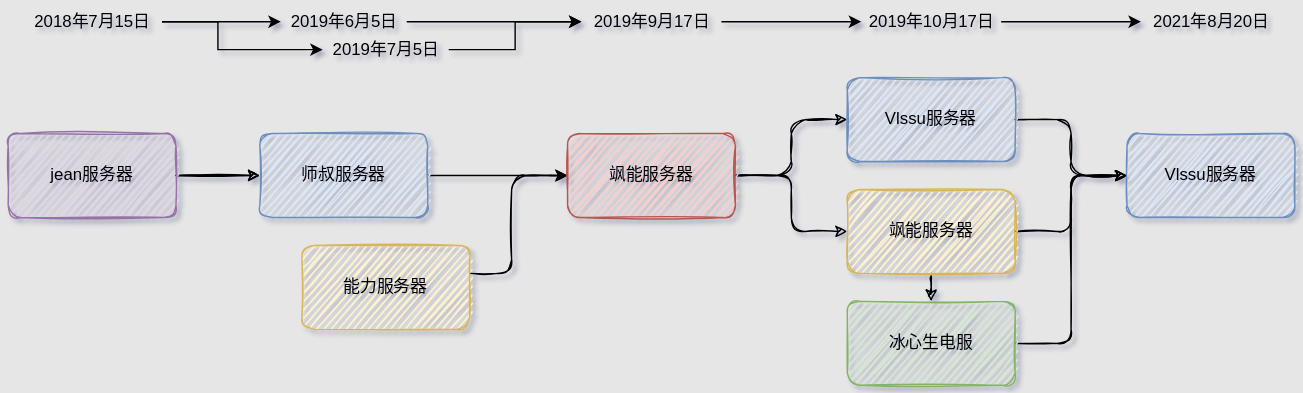
Before: static/img/mcserver/vlssu历史线.drawio.svg, a diagram exported from draw.io (vlssu/docs-vlssu). Source tidied: cells renumbered, new cells last; positions are measured from the earlier drawing's top-left corner, leaving out a move shared by most shapes.
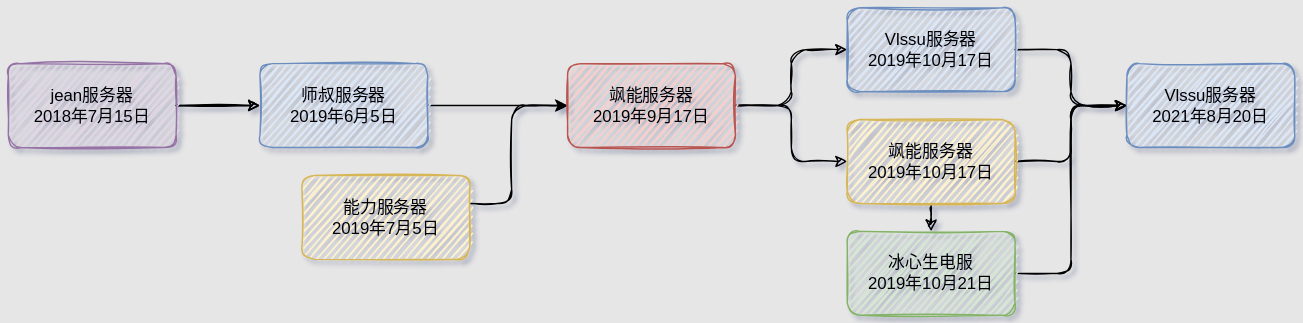
After the change.

Change to the diagram source:
```diff
@@ -8,13 +8,13 @@
     <mxCell id="3" style="edgeStyle=orthogonalEdgeStyle;rounded=1;jettySize=auto;html=1;sketch=1;shadow=0;" parent="1" edge="1" source="4" target="6">
       <mxGeometry relative="1" as="geometry" />
     </mxCell>
-    <mxCell id="4" value="jean服务器" style="rounded=1;whiteSpace=wrap;html=1;sketch=1;fillColor=#e1d5e7;strokeColor=#9673a6;shadow=0;" parent="1" vertex="1">
+    <mxCell id="4" value="jean服务器&lt;br&gt;&lt;span&gt;2018年7月15日&lt;/span&gt;" style="rounded=1;whiteSpace=wrap;html=1;sketch=1;fillColor=#e1d5e7;strokeColor=#9673a6;shadow=0;" parent="1" vertex="1">
       <mxGeometry y="90" width="120" height="60" as="geometry" />
     </mxCell>
     <mxCell id="5" style="edgeStyle=none;html=1;" parent="1" edge="1" source="6" target="11">
       <mxGeometry relative="1" as="geometry" />
     </mxCell>
-    <mxCell id="6" value="师叔服务器" style="rounded=1;whiteSpace=wrap;html=1;fillColor=#dae8fc;strokeColor=#6c8ebf;sketch=1;shadow=0;" parent="1" vertex="1">
+    <mxCell id="6" value="师叔服务器&lt;br&gt;&lt;span&gt;2019年6月5日&lt;/span&gt;" style="rounded=1;whiteSpace=wrap;html=1;fillColor=#dae8fc;strokeColor=#6c8ebf;sketch=1;shadow=0;" parent="1" vertex="1">
       <mxGeometry x="180" y="90" width="120" height="60" as="geometry" />
     </mxCell>
     <mxCell id="7" style="edgeStyle=orthogonalEdgeStyle;rounded=1;jettySize=auto;html=1;sketch=1;shadow=0;" parent="1" edge="1" source="8" target="11">
@@ -25,7 +25,7 @@
         </Array>
       </mxGeometry>
     </mxCell>
-    <mxCell id="8" value="能力服务器" style="whiteSpace=wrap;html=1;rounded=1;fillColor=#fff2cc;strokeColor=#d6b656;sketch=1;shadow=0;" parent="1" vertex="1">
+    <mxCell id="8" value="能力服务器&lt;br&gt;&lt;span&gt;2019年7月5日&lt;/span&gt;" style="whiteSpace=wrap;html=1;rounded=1;fillColor=#fff2cc;strokeColor=#d6b656;sketch=1;shadow=0;" parent="1" vertex="1">
       <mxGeometry x="210" y="170" width="120" height="60" as="geometry" />
     </mxCell>
     <mxCell id="9" style="edgeStyle=orthogonalEdgeStyle;rounded=1;sketch=1;jettySize=auto;html=1;shadow=0;" parent="1" edge="1" source="11" target="16">
@@ -39,13 +39,13 @@
     <mxCell id="10" style="edgeStyle=orthogonalEdgeStyle;rounded=1;sketch=1;jettySize=auto;html=1;shadow=0;" parent="1" edge="1" source="11" target="13">
       <mxGeometry relative="1" as="geometry" />
     </mxCell>
-    <mxCell id="11" value="飒能服务器" style="whiteSpace=wrap;html=1;rounded=1;fillColor=#f8cecc;strokeColor=#b85450;sketch=1;shadow=0;" parent="1" vertex="1">
+    <mxCell id="11" value="飒能服务器&lt;br&gt;&lt;span&gt;2019年9月17日&lt;/span&gt;" style="whiteSpace=wrap;html=1;rounded=1;fillColor=#f8cecc;strokeColor=#b85450;sketch=1;shadow=0;" parent="1" vertex="1">
       <mxGeometry x="400" y="90" width="120" height="60" as="geometry" />
     </mxCell>
     <mxCell id="12" style="edgeStyle=orthogonalEdgeStyle;jettySize=auto;html=1;rounded=1;sketch=1;shadow=0;" parent="1" edge="1" source="13" target="17">
       <mxGeometry relative="1" as="geometry" />
     </mxCell>
-    <mxCell id="13" value="Vlssu服务器" style="whiteSpace=wrap;html=1;rounded=1;fillColor=#dae8fc;strokeColor=#6c8ebf;sketch=1;shadow=0;" parent="1" vertex="1">
+    <mxCell id="13" value="Vlssu服务器&lt;br&gt;&lt;span&gt;2019年10月17日&lt;/span&gt;" style="whiteSpace=wrap;html=1;rounded=1;fillColor=#dae8fc;strokeColor=#6c8ebf;sketch=1;shadow=0;" parent="1" vertex="1">
       <mxGeometry x="600" y="50" width="120" height="60" as="geometry" />
     </mxCell>
     <mxCell id="14" style="edgeStyle=orthogonalEdgeStyle;rounded=1;jettySize=auto;html=1;sketch=1;shadow=0;" parent="1" edge="1" source="16" target="17">
@@ -54,10 +54,10 @@
     <mxCell id="15" style="edgeStyle=orthogonalEdgeStyle;rounded=1;sketch=1;jettySize=auto;html=1;shadow=0;" parent="1" edge="1" source="16" target="19">
       <mxGeometry relative="1" as="geometry" />
     </mxCell>
-    <mxCell id="16" value="&lt;span&gt;飒能服务器&lt;/span&gt;" style="whiteSpace=wrap;html=1;rounded=1;fillColor=#fff2cc;strokeColor=#d6b656;sketch=1;shadow=0;" parent="1" vertex="1">
+    <mxCell id="16" value="&lt;span&gt;飒能服务器&lt;br&gt;&lt;/span&gt;&lt;span&gt;2019年10月17日&lt;/span&gt;&lt;span&gt;&lt;br&gt;&lt;/span&gt;" style="whiteSpace=wrap;html=1;rounded=1;fillColor=#fff2cc;strokeColor=#d6b656;sketch=1;shadow=0;" parent="1" vertex="1">
       <mxGeometry x="600" y="130" width="120" height="60" as="geometry" />
     </mxCell>
-    <mxCell id="17" value="Vlssu服务器" style="whiteSpace=wrap;html=1;rounded=1;fillColor=#dae8fc;strokeColor=#6c8ebf;sketch=1;shadow=0;" parent="1" vertex="1">
+    <mxCell id="17" value="Vlssu服务器&lt;br&gt;&lt;span&gt;2021年8月20日&lt;/span&gt;" style="whiteSpace=wrap;html=1;rounded=1;fillColor=#dae8fc;strokeColor=#6c8ebf;sketch=1;shadow=0;" parent="1" vertex="1">
       <mxGeometry x="800" y="90" width="120" height="60" as="geometry" />
     </mxCell>
     <mxCell id="18" style="edgeStyle=orthogonalEdgeStyle;rounded=1;jettySize=auto;html=1;sketch=1;shadow=0;" parent="1" edge="1" source="19" target="17">
@@ -68,49 +68,8 @@
         </Array>
       </mxGeometry>
     </mxCell>
-    <mxCell id="19" value="冰心生电服" style="whiteSpace=wrap;html=1;rounded=1;fillColor=#d5e8d4;strokeColor=#82b366;sketch=1;shadow=0;" parent="1" vertex="1">
+    <mxCell id="19" value="冰心生电服&lt;br&gt;&lt;span&gt;2019年10月21日&lt;/span&gt;" style="whiteSpace=wrap;html=1;rounded=1;fillColor=#d5e8d4;strokeColor=#82b366;sketch=1;shadow=0;" parent="1" vertex="1">
       <mxGeometry x="600" y="210" width="120" height="60" as="geometry" />
     </mxCell>
-    <mxCell id="20" style="edgeStyle=orthogonalEdgeStyle;rounded=0;jettySize=auto;html=1;shadow=0;" parent="1" edge="1" source="22" target="24">
-      <mxGeometry relative="1" as="geometry" />
-    </mxCell>
-    <mxCell id="21" style="edgeStyle=orthogonalEdgeStyle;rounded=0;jettySize=auto;html=1;shadow=0;" parent="1" edge="1" source="22" target="28">
-      <mxGeometry relative="1" as="geometry">
-        <Array as="points">
-          <mxPoint x="150" y="10" />
-          <mxPoint x="150" y="30" />
-        </Array>
-      </mxGeometry>
-    </mxCell>
-    <mxCell id="22" value="2018年7月15日" style="text;html=1;align=center;verticalAlign=middle;points=[];fillColor=none;strokeColor=none;rounded=0;shadow=0;" parent="1" vertex="1">
-      <mxGeometry x="10" width="100" height="20" as="geometry" />
-    </mxCell>
-    <mxCell id="23" style="edgeStyle=orthogonalEdgeStyle;rounded=0;jettySize=auto;html=1;shadow=0;" parent="1" edge="1" source="24" target="26">
-      <mxGeometry relative="1" as="geometry" />
-    </mxCell>
-    <mxCell id="24" value="2019年6月5日" style="text;html=1;align=center;verticalAlign=middle;points=[];fillColor=none;strokeColor=none;rounded=0;shadow=0;" parent="1" vertex="1">
-      <mxGeometry x="195" width="90" height="20" as="geometry" />
-    </mxCell>
-    <mxCell id="25" style="edgeStyle=orthogonalEdgeStyle;rounded=0;jettySize=auto;html=1;shadow=0;" parent="1" edge="1" source="26" target="30">
-      <mxGeometry relative="1" as="geometry" />
-    </mxCell>
-    <mxCell id="26" value="2019年9月17日" style="text;html=1;align=center;verticalAlign=middle;points=[];fillColor=none;strokeColor=none;rounded=0;shadow=0;" parent="1" vertex="1">
-      <mxGeometry x="410" width="100" height="20" as="geometry" />
-    </mxCell>
-    <mxCell id="27" style="edgeStyle=orthogonalEdgeStyle;rounded=0;jettySize=auto;html=1;shadow=0;" parent="1" edge="1" source="28" target="26">
-      <mxGeometry relative="1" as="geometry" />
-    </mxCell>
-    <mxCell id="28" value="2019年7月5日" style="text;html=1;align=center;verticalAlign=middle;points=[];fillColor=none;strokeColor=none;rounded=0;shadow=0;" parent="1" vertex="1">
-      <mxGeometry x="225" y="20" width="90" height="20" as="geometry" />
-    </mxCell>
-    <mxCell id="29" style="edgeStyle=orthogonalEdgeStyle;rounded=0;jettySize=auto;html=1;shadow=0;" parent="1" edge="1" source="30" target="31">
-      <mxGeometry relative="1" as="geometry" />
-    </mxCell>
-    <mxCell id="30" value="2019年10月17日" style="text;html=1;align=center;verticalAlign=middle;points=[];fillColor=none;strokeColor=none;rounded=0;shadow=0;" parent="1" vertex="1">
-      <mxGeometry x="610" width="100" height="20" as="geometry" />
-    </mxCell>
-    <mxCell id="31" value="2021年8月20日" style="text;html=1;align=center;verticalAlign=middle;points=[];fillColor=none;strokeColor=none;rounded=0;shadow=0;" parent="1" vertex="1">
-      <mxGeometry x="810" width="100" height="20" as="geometry" />
-    </mxCell>
   </root>
 </mxGraphModel>
```
